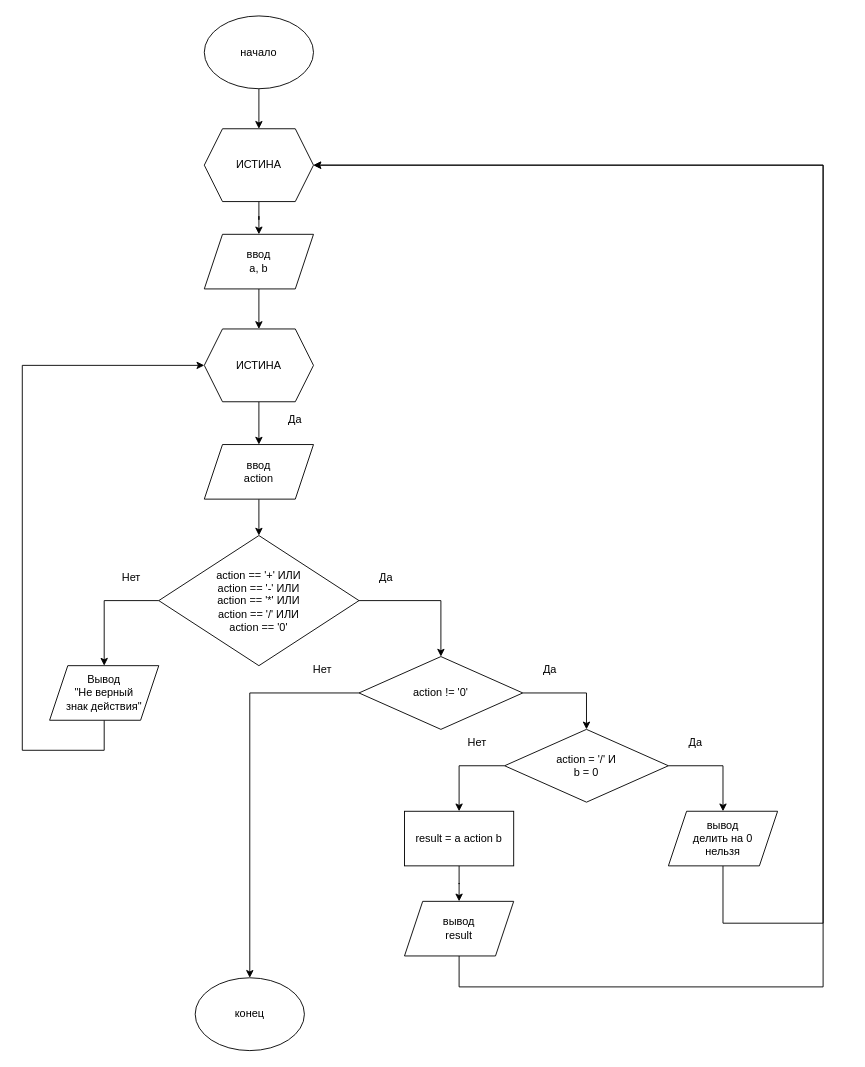
Earlier version of the draw.io diagram lesson_2/lesson_2_ex1.drawio (peleskov/algorithms). Source tidied: cells renumbered, new cells numbered last; positions are measured from the earlier drawing's top-left corner, leaving out a move shared by most shapes. Both pictures are drawn from the tidied source at 91%, with x=0, y=0 at pixel (22, 15).
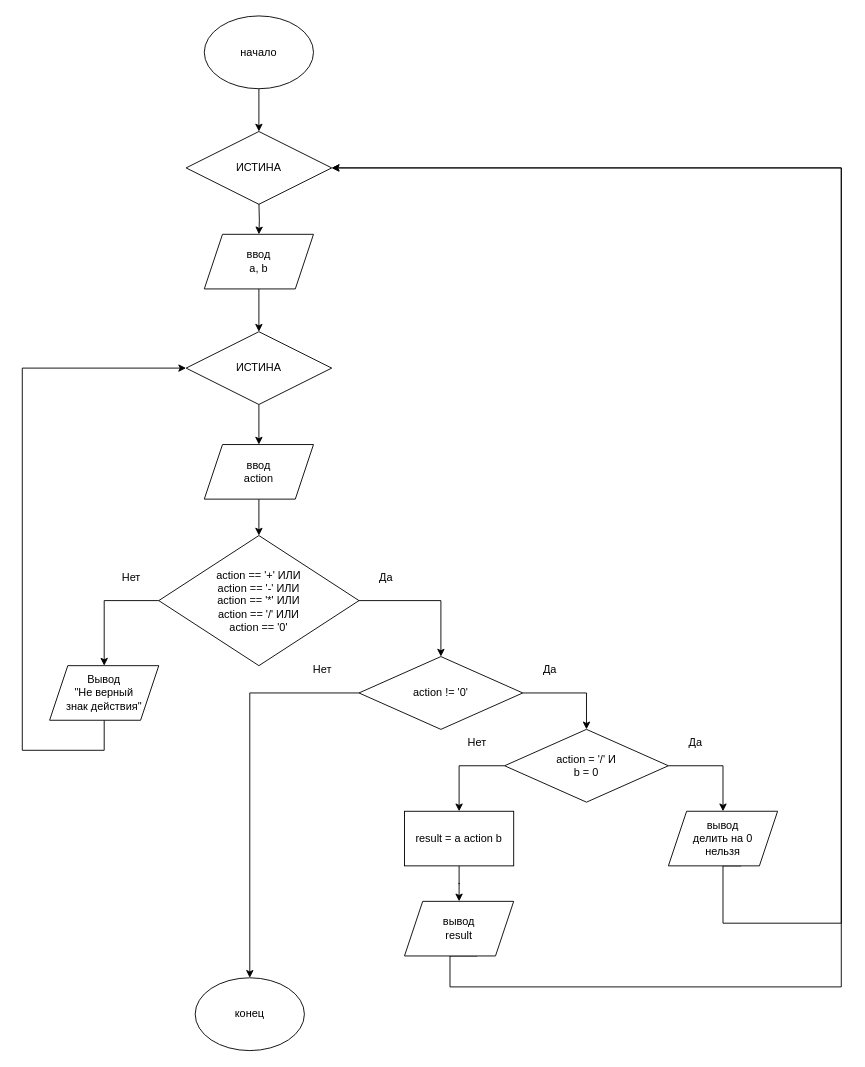
Above is the later version.

The change refers to these unchanged cells:
```xml
<mxCell id="5" value="вывод&lt;br&gt;result" style="shape=parallelogram;perimeter=parallelogramPerimeter;whiteSpace=wrap;html=1;fixedSize=1;" parent="1" vertex="1">
  <mxGeometry x="420" y="973" width="120" height="60" as="geometry" />
</mxCell>
<mxCell id="7" value="начало" style="ellipse;whiteSpace=wrap;html=1;" parent="1" vertex="1">
  <mxGeometry x="200" width="120" height="80" as="geometry" />
</mxCell>
<mxCell id="9" value="ввод&lt;br&gt;a, b" style="shape=parallelogram;perimeter=parallelogramPerimeter;whiteSpace=wrap;html=1;fixedSize=1;" parent="1" vertex="1">
  <mxGeometry x="200" y="240" width="120" height="60" as="geometry" />
</mxCell>
<mxCell id="20" value="вывод&lt;br&gt;делить на 0 &lt;br&gt;нельзя" style="shape=parallelogram;perimeter=parallelogramPerimeter;whiteSpace=wrap;html=1;fixedSize=1;" parent="1" vertex="1">
  <mxGeometry x="710" y="874" width="120" height="60" as="geometry" />
</mxCell>
<mxCell id="26" value="ввод&lt;br&gt;action" style="shape=parallelogram;perimeter=parallelogramPerimeter;whiteSpace=wrap;html=1;fixedSize=1;" parent="1" vertex="1">
  <mxGeometry x="200" y="471" width="120" height="60" as="geometry" />
</mxCell>
<mxCell id="31" value="Вывод&lt;br&gt;&quot;Не верный&lt;br&gt;знак действия&quot;" style="shape=parallelogram;perimeter=parallelogramPerimeter;whiteSpace=wrap;html=1;fixedSize=1;" parent="1" vertex="1">
  <mxGeometry x="30" y="714" width="120" height="60" as="geometry" />
</mxCell>
```

Change to the diagram source:
```diff
@@
-    <mxCell id="4" style="edgeStyle=orthogonalEdgeStyle;rounded=0;jettySize=auto;html=1;exitX=0.5;exitY=1;exitDx=0;exitDy=0;entryX=1;entryY=0.5;entryDx=0;entryDy=0;" parent="1" edge="1" source="5" target="11">
+    <mxCell id="4" style="edgeStyle=orthogonalEdgeStyle;rounded=0;jettySize=auto;html=1;exitX=0.5;exitY=1;exitDx=0;exitDy=0;entryX=1;entryY=0.5;entryDx=0;entryDy=0;" parent="1" edge="1" target="38">
       <mxGeometry relative="1" as="geometry">
+        <mxPoint x="500" y="1033" as="sourcePoint" />
         <Array as="points">
-          <mxPoint x="480" y="1067" />
-          <mxPoint x="880" y="1067" />
-          <mxPoint x="880" y="164" />
+          <mxPoint x="470" y="1033" />
+          <mxPoint x="470" y="1067" />
+          <mxPoint x="900" y="1067" />
+          <mxPoint x="900" y="167" />
         </Array>
       </mxGeometry>
     </mxCell>
@@
-    <mxCell id="6" style="edgeStyle=orthogonalEdgeStyle;rounded=0;jettySize=auto;html=1;" parent="1" edge="1" source="7" target="11">
+    <mxCell id="6" style="edgeStyle=orthogonalEdgeStyle;rounded=0;jettySize=auto;html=1;entryX=0.5;entryY=0;entryDx=0;entryDy=0;" parent="1" edge="1" source="7" target="38">
       <mxGeometry relative="1" as="geometry" />
     </mxCell>
@@
-    <mxCell id="8" style="edgeStyle=orthogonalEdgeStyle;rounded=0;jettySize=auto;html=1;" parent="1" edge="1" source="9" target="24">
-      <mxGeometry relative="1" as="geometry" />
-    </mxCell>
+    <mxCell id="37" style="edgeStyle=orthogonalEdgeStyle;rounded=0;jettySize=auto;html=1;" parent="1" edge="1" source="9" target="40">
+      <mxGeometry relative="1" as="geometry" />
+    </mxCell>
@@
-    <mxCell id="10" style="edgeStyle=orthogonalEdgeStyle;rounded=0;jettySize=auto;html=1;" parent="1" edge="1" source="11" target="9">
-      <mxGeometry relative="1" as="geometry" />
+    <mxCell id="10" style="edgeStyle=orthogonalEdgeStyle;rounded=0;jettySize=auto;html=1;" parent="1" edge="1" target="9">
+      <mxGeometry relative="1" as="geometry">
+        <mxPoint x="260" y="204" as="sourcePoint" />
+      </mxGeometry>
     </mxCell>
-    <mxCell id="11" value="ИСТИНА" style="shape=hexagon;perimeter=hexagonPerimeter2;whiteSpace=wrap;html=1;fixedSize=1;" parent="1" vertex="1">
-      <mxGeometry x="200" y="124" width="120" height="80" as="geometry" />
-    </mxCell>
@@
-    <mxCell id="19" style="edgeStyle=orthogonalEdgeStyle;rounded=0;jettySize=auto;html=1;exitX=0.5;exitY=1;exitDx=0;exitDy=0;entryX=1;entryY=0.5;entryDx=0;entryDy=0;" parent="1" edge="1" source="20" target="11">
+    <mxCell id="19" style="edgeStyle=orthogonalEdgeStyle;rounded=0;jettySize=auto;html=1;exitX=0.5;exitY=1;exitDx=0;exitDy=0;entryX=1;entryY=0.5;entryDx=0;entryDy=0;" parent="1" edge="1" target="38">
       <mxGeometry relative="1" as="geometry">
+        <mxPoint x="790" y="934" as="sourcePoint" />
         <Array as="points">
+          <mxPoint x="770" y="934" />
           <mxPoint x="770" y="997" />
-          <mxPoint x="880" y="997" />
-          <mxPoint x="880" y="164" />
+          <mxPoint x="900" y="997" />
+          <mxPoint x="900" y="167" />
         </Array>
       </mxGeometry>
     </mxCell>
@@
-    <mxCell id="23" style="edgeStyle=orthogonalEdgeStyle;rounded=0;jettySize=auto;html=1;" parent="1" edge="1" source="24" target="26">
-      <mxGeometry relative="1" as="geometry" />
-    </mxCell>
-    <mxCell id="24" value="ИСТИНА" style="shape=hexagon;perimeter=hexagonPerimeter2;whiteSpace=wrap;html=1;fixedSize=1;" parent="1" vertex="1">
-      <mxGeometry x="200" y="344" width="120" height="80" as="geometry" />
-    </mxCell>
@@
-    <mxCell id="30" style="edgeStyle=orthogonalEdgeStyle;rounded=0;jettySize=auto;html=1;exitX=0.5;exitY=1;exitDx=0;exitDy=0;entryX=0;entryY=0.5;entryDx=0;entryDy=0;" parent="1" edge="1" source="31" target="24">
+    <mxCell id="30" style="edgeStyle=orthogonalEdgeStyle;rounded=0;jettySize=auto;html=1;exitX=0.5;exitY=1;exitDx=0;exitDy=0;entryX=0;entryY=0.5;entryDx=0;entryDy=0;" parent="1" edge="1" source="31" target="40">
       <mxGeometry relative="1" as="geometry">
         <Array as="points">
           <mxPoint x="90" y="807" />
           <mxPoint y="807" />
-          <mxPoint y="384" />
+          <mxPoint y="387" />
         </Array>
       </mxGeometry>
     </mxCell>
@@
-    <mxCell id="33" value="Да" style="text;html=1;strokeColor=none;fillColor=none;align=center;verticalAlign=middle;whiteSpace=wrap;rounded=0;" parent="1" vertex="1">
-      <mxGeometry x="270" y="429" width="60" height="30" as="geometry" />
-    </mxCell>
@@
+    <mxCell id="38" value="ИСТИНА" style="rhombus;whiteSpace=wrap;html=1;" parent="1" vertex="1">
+      <mxGeometry x="180" y="127" width="160" height="80" as="geometry" />
+    </mxCell>
+    <mxCell id="39" style="edgeStyle=orthogonalEdgeStyle;rounded=0;jettySize=auto;html=1;" parent="1" edge="1" source="40" target="26">
+      <mxGeometry relative="1" as="geometry" />
+    </mxCell>
+    <mxCell id="40" value="ИСТИНА" style="rhombus;whiteSpace=wrap;html=1;" parent="1" vertex="1">
+      <mxGeometry x="180" y="347" width="160" height="80" as="geometry" />
+    </mxCell>
```
